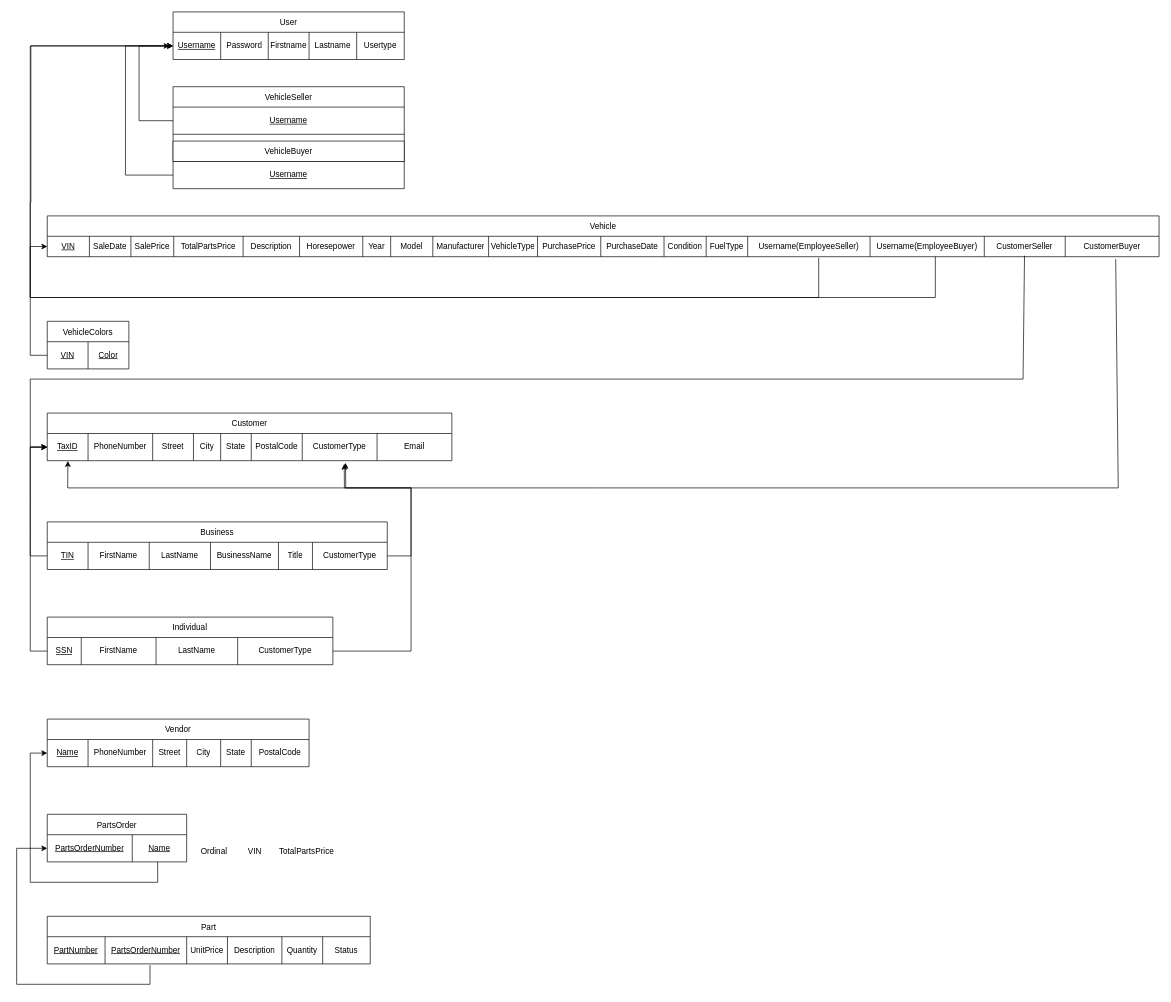
rkang427/autodb keeps this draw.io diagram as Phase_2/team006_p2_eer2rel.drawio. Above is the earlier version. Source tidied: cells renumbered, new cells numbered last; positions are measured from the earlier drawing's top-left corner, leaving out a move shared by most shapes. Both pictures are drawn from the tidied source at 68%, with x=0, y=0 at pixel (16, 12).
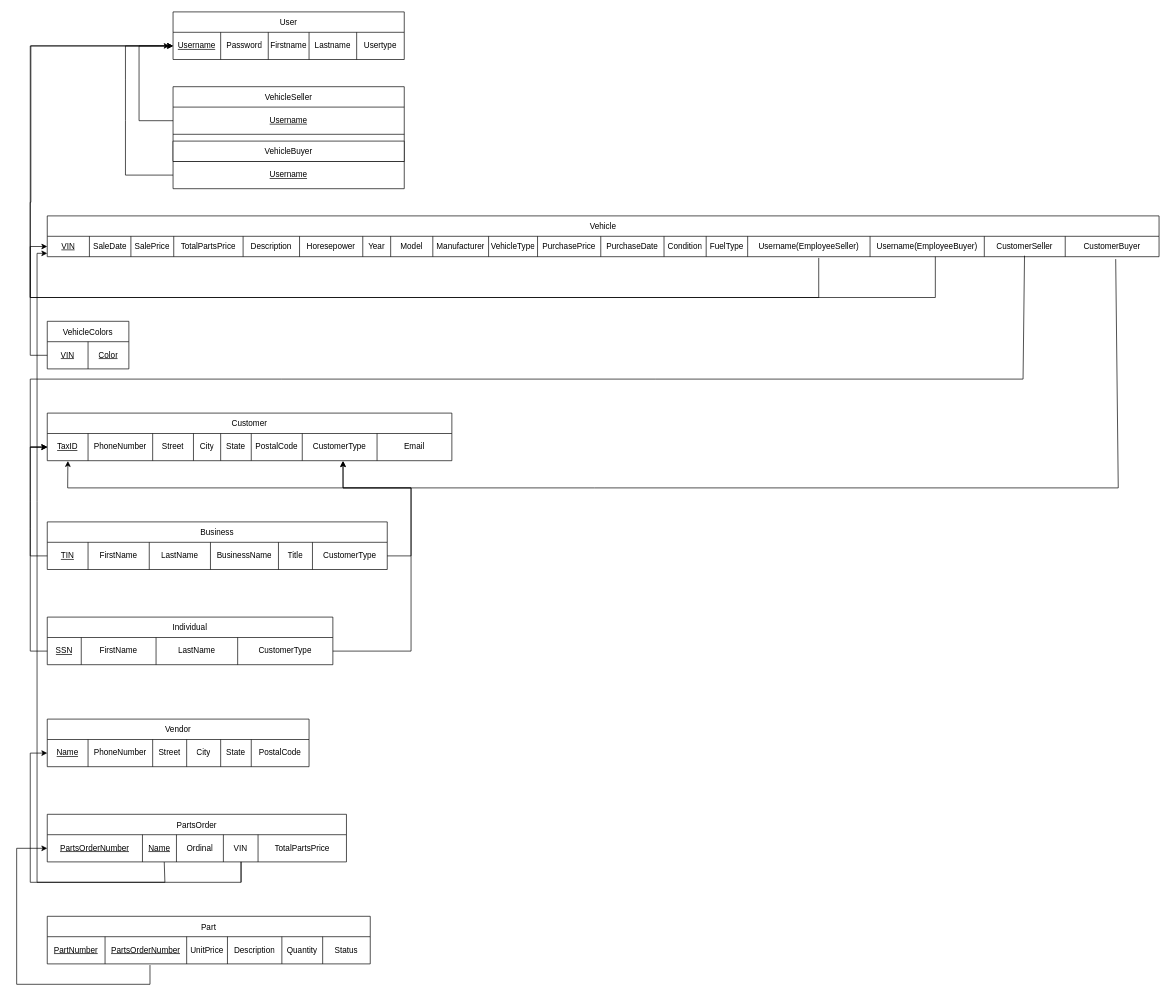
The same page after the edit.

Unchanged cells that the change refers to:
```xml
<mxCell id="24" style="shape=tableRow;horizontal=0;startSize=0;swimlaneHead=0;swimlaneBody=0;strokeColor=inherit;top=0;left=0;bottom=0;right=0;fillColor=none;points=[[0,0.5],[1,0.5]];portConstraint=eastwest;" parent="23" vertex="1">
  <mxGeometry y="30" width="595" height="40" as="geometry" />
</mxCell>
<mxCell id="38" style="shape=tableRow;horizontal=0;startSize=0;swimlaneHead=0;swimlaneBody=0;strokeColor=inherit;top=0;left=0;bottom=0;right=0;fillColor=none;points=[[0,0.5],[1,0.5]];portConstraint=eastwest;" parent="37" vertex="1">
  <mxGeometry y="30" width="385" height="40" as="geometry" />
</mxCell>
<mxCell id="47" style="shape=tableRow;horizontal=0;startSize=0;swimlaneHead=0;swimlaneBody=0;strokeColor=inherit;top=0;left=0;bottom=0;right=0;fillColor=none;points=[[0,0.5],[1,0.5]];portConstraint=eastwest;" parent="46" vertex="1">
  <mxGeometry y="30" width="475" height="40" as="geometry" />
</mxCell>
<mxCell id="59" style="shape=tableRow;horizontal=0;startSize=0;swimlaneHead=0;swimlaneBody=0;strokeColor=inherit;top=0;left=0;bottom=0;right=0;fillColor=none;points=[[0,0.5],[1,0.5]];portConstraint=eastwest;" parent="58" vertex="1">
  <mxGeometry y="30" width="1635" height="30" as="geometry" />
</mxCell>
<mxCell id="81" style="shape=tableRow;horizontal=0;startSize=0;swimlaneHead=0;swimlaneBody=0;strokeColor=inherit;top=0;left=0;bottom=0;right=0;fillColor=none;points=[[0,0.5],[1,0.5]];portConstraint=eastwest;align=center;verticalAlign=middle;fontFamily=Helvetica;fontSize=12;fontColor=default;" parent="80" vertex="1">
  <mxGeometry y="30" width="500" height="40" as="geometry" />
</mxCell>
<mxCell id="89" style="shape=tableRow;horizontal=0;startSize=0;swimlaneHead=0;swimlaneBody=0;strokeColor=inherit;top=0;left=0;bottom=0;right=0;fillColor=none;points=[[0,0.5],[1,0.5]];portConstraint=eastwest;align=center;verticalAlign=middle;fontFamily=Helvetica;fontSize=12;fontColor=default;" parent="88" vertex="1">
  <mxGeometry y="30" width="420" height="40" as="geometry" />
</mxCell>
```

Change to the diagram source:
```diff
@@
-    <mxCell id="33" value="PartsOrder" style="shape=table;startSize=30;childLayout=tableLayout;" parent="1" vertex="1">
-      <mxGeometry x="45" y="1180" width="205" height="70" as="geometry" />
-    </mxCell>
-    <mxCell id="34" style="shape=tableRow;horizontal=0;startSize=0;swimlaneHead=0;swimlaneBody=0;strokeColor=inherit;top=0;left=0;bottom=0;right=0;fillColor=none;points=[[0,0.5],[1,0.5]];portConstraint=eastwest;" parent="33" vertex="1">
-      <mxGeometry y="30" width="205" height="40" as="geometry" />
-    </mxCell>
-    <mxCell id="35" value="&lt;u&gt;PartsOrderNumber&lt;/u&gt;" style="shape=partialRectangle;html=1;whiteSpace=wrap;strokeColor=inherit;overflow=hidden;fillColor=none;top=0;left=0;bottom=0;right=0;" parent="34" vertex="1">
-      <mxGeometry width="125" height="40" as="geometry" />
-    </mxCell>
-    <mxCell id="36" value="&lt;u&gt;Name&lt;/u&gt;" style="shape=partialRectangle;html=1;whiteSpace=wrap;strokeColor=inherit;overflow=hidden;fillColor=none;top=0;left=0;bottom=0;right=0;" parent="34" vertex="1">
-      <mxGeometry x="125" width="80" height="40" as="geometry" />
-    </mxCell>
@@
-    <mxCell id="45" style="edgeStyle=orthogonalEdgeStyle;rounded=0;jettySize=auto;html=1;entryX=0;entryY=0.5;entryDx=0;entryDy=0;exitX=0.792;exitY=0.994;exitDx=0;exitDy=0;exitPerimeter=0;" parent="1" edge="1" source="34" target="38">
+    <mxCell id="45" style="edgeStyle=orthogonalEdgeStyle;rounded=0;jettySize=auto;html=1;entryX=0;entryY=0.5;entryDx=0;entryDy=0;exitX=0.391;exitY=1.004;exitDx=0;exitDy=0;exitPerimeter=0;" parent="1" edge="1" source="101" target="38">
       <mxGeometry relative="1" as="geometry">
         <Array as="points">
-          <mxPoint x="207" y="1280" />
+          <mxPoint x="218" y="1250" />
+          <mxPoint x="218" y="1280" />
           <mxPoint x="20" y="1280" />
           <mxPoint x="20" y="1090" />
         </Array>
       </mxGeometry>
     </mxCell>
@@
-    <mxCell id="54" style="edgeStyle=orthogonalEdgeStyle;rounded=0;jettySize=auto;html=1;entryX=0;entryY=0.5;entryDx=0;entryDy=0;exitX=0.318;exitY=1.042;exitDx=0;exitDy=0;exitPerimeter=0;" parent="1" edge="1" source="47" target="34">
+    <mxCell id="54" style="edgeStyle=orthogonalEdgeStyle;rounded=0;jettySize=auto;html=1;entryX=0;entryY=0.5;entryDx=0;entryDy=0;exitX=0.318;exitY=1.042;exitDx=0;exitDy=0;exitPerimeter=0;" parent="1" edge="1" source="47">
       <mxGeometry relative="1" as="geometry">
+        <mxPoint x="45" y="1230" as="targetPoint" />
         <Array as="points">
           <mxPoint x="196" y="1430" />
           <mxPoint y="1430" />
           <mxPoint y="1230" />
         </Array>
       </mxGeometry>
     </mxCell>
@@
-    <mxCell id="96" style="edgeStyle=none;rounded=0;jettySize=auto;html=1;entryX=0.737;entryY=1.079;entryDx=0;entryDy=0;entryPerimeter=0;fontFamily=Helvetica;fontSize=12;fontColor=default;exitX=1;exitY=0.5;exitDx=0;exitDy=0;" parent="1" edge="1" source="81" target="24">
+    <mxCell id="96" style="edgeStyle=none;rounded=0;jettySize=auto;html=1;entryX=0.731;entryY=1.018;entryDx=0;entryDy=0;entryPerimeter=0;fontFamily=Helvetica;fontSize=12;fontColor=default;exitX=1;exitY=0.5;exitDx=0;exitDy=0;" parent="1" edge="1" source="81" target="24">
       <mxGeometry relative="1" as="geometry">
         <Array as="points">
           <mxPoint x="580" y="800" />
           <mxPoint x="580" y="700" />
-          <mxPoint x="484" y="700" />
+          <mxPoint x="480" y="700" />
         </Array>
       </mxGeometry>
     </mxCell>
-    <mxCell id="97" style="edgeStyle=none;rounded=0;jettySize=auto;html=1;entryX=0.734;entryY=1.117;entryDx=0;entryDy=0;entryPerimeter=0;fontFamily=Helvetica;fontSize=12;fontColor=default;" parent="1" edge="1" source="89" target="24">
+    <mxCell id="97" style="edgeStyle=none;rounded=0;jettySize=auto;html=1;fontFamily=Helvetica;fontSize=12;fontColor=default;entryX=0.731;entryY=1.01;entryDx=0;entryDy=0;entryPerimeter=0;" parent="1" edge="1" source="89" target="24">
       <mxGeometry relative="1" as="geometry">
         <Array as="points">
           <mxPoint x="580" y="940" />
           <mxPoint x="580" y="800" />
           <mxPoint x="580" y="700" />
-          <mxPoint x="482" y="700" />
+          <mxPoint x="480" y="700" />
         </Array>
       </mxGeometry>
     </mxCell>
+    <mxCell id="33" value="PartsOrder" style="shape=table;startSize=30;childLayout=tableLayout;" parent="1" vertex="1">
+      <mxGeometry x="45" y="1180" width="440" height="70" as="geometry" />
+    </mxCell>
+    <mxCell id="101" style="shape=tableRow;horizontal=0;startSize=0;swimlaneHead=0;swimlaneBody=0;strokeColor=inherit;top=0;left=0;bottom=0;right=0;fillColor=none;points=[[0,0.5],[1,0.5]];portConstraint=eastwest;" parent="33" vertex="1">
+      <mxGeometry y="30" width="440" height="40" as="geometry" />
+    </mxCell>
+    <mxCell id="35" value="&lt;u&gt;PartsOrderNumber&lt;/u&gt;" style="shape=partialRectangle;html=1;whiteSpace=wrap;strokeColor=inherit;overflow=hidden;fillColor=none;top=0;left=0;bottom=0;right=0;" parent="101" vertex="1">
+      <mxGeometry width="140" height="40" as="geometry" />
+    </mxCell>
+    <mxCell id="36" value="&lt;u&gt;Name&lt;/u&gt;" style="shape=partialRectangle;html=1;whiteSpace=wrap;strokeColor=inherit;overflow=hidden;fillColor=none;top=0;left=0;bottom=0;right=0;" parent="101" vertex="1">
+      <mxGeometry x="140" width="50" height="40" as="geometry" />
+    </mxCell>
-    <mxCell id="98" value="Ordinal" style="text;html=1;align=center;verticalAlign=middle;strokeColor=none;fillColor=none;" parent="1" vertex="1">
-      <mxGeometry x="260" y="1220" width="60" height="30" as="geometry" />
+    <mxCell id="98" value="Ordinal" style="shape=partialRectangle;html=1;whiteSpace=wrap;strokeColor=inherit;overflow=hidden;fillColor=none;top=0;left=0;bottom=0;right=0;" parent="101" vertex="1">
+      <mxGeometry x="190" width="69" height="40" as="geometry" />
     </mxCell>
-    <mxCell id="99" value="VIN" style="text;html=1;align=center;verticalAlign=middle;strokeColor=none;fillColor=none;" parent="1" vertex="1">
-      <mxGeometry x="330" y="1220" width="40" height="30" as="geometry" />
+    <mxCell id="99" value="VIN" style="shape=partialRectangle;html=1;whiteSpace=wrap;strokeColor=inherit;overflow=hidden;fillColor=none;top=0;left=0;bottom=0;right=0;" parent="101" vertex="1">
+      <mxGeometry x="259" width="51" height="40" as="geometry" />
     </mxCell>
-    <mxCell id="100" value="TotalPartsPrice" style="text;html=1;align=center;verticalAlign=middle;strokeColor=none;fillColor=none;" parent="1" vertex="1">
-      <mxGeometry x="376" y="1220" width="100" height="30" as="geometry" />
+    <mxCell id="100" value="TotalPartsPrice" style="shape=partialRectangle;html=1;whiteSpace=wrap;strokeColor=inherit;overflow=hidden;fillColor=none;top=0;left=0;bottom=0;right=0;" parent="101" vertex="1">
+      <mxGeometry x="310" width="130" height="40" as="geometry" />
     </mxCell>
+    <mxCell id="102" style="edgeStyle=none;rounded=0;jettySize=auto;html=1;fontFamily=Helvetica;fontSize=12;fontColor=default;entryX=0;entryY=0.837;entryDx=0;entryDy=0;entryPerimeter=0;" parent="1" edge="1" target="59">
+      <mxGeometry relative="1" as="geometry">
+        <mxPoint x="330" y="1280" as="sourcePoint" />
+        <Array as="points">
+          <mxPoint x="330" y="1250" />
+          <mxPoint x="330" y="1280" />
+          <mxPoint x="30" y="1280" />
+          <mxPoint x="30" y="800" />
+          <mxPoint x="30" y="720" />
+          <mxPoint x="30" y="650" />
+          <mxPoint x="30" y="355" />
+        </Array>
+      </mxGeometry>
+    </mxCell>
```
